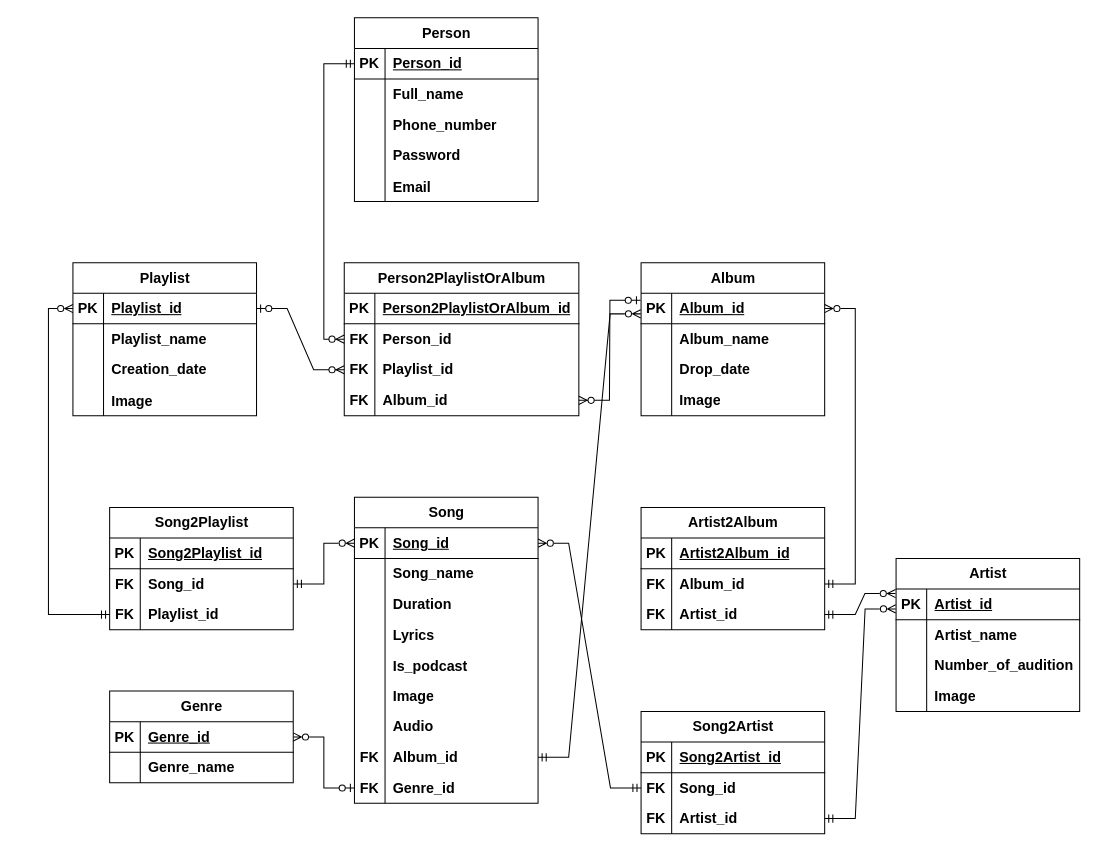
Earlier version of the draw.io diagram лм v2.0.drawio (marsek4/database). Source tidied: cells renumbered, new cells numbered last; positions are measured from the earlier drawing's top-left corner, leaving out a move shared by most shapes. Both pictures are drawn from the tidied source at 102%, with x=0, y=0 at pixel (48, 17).
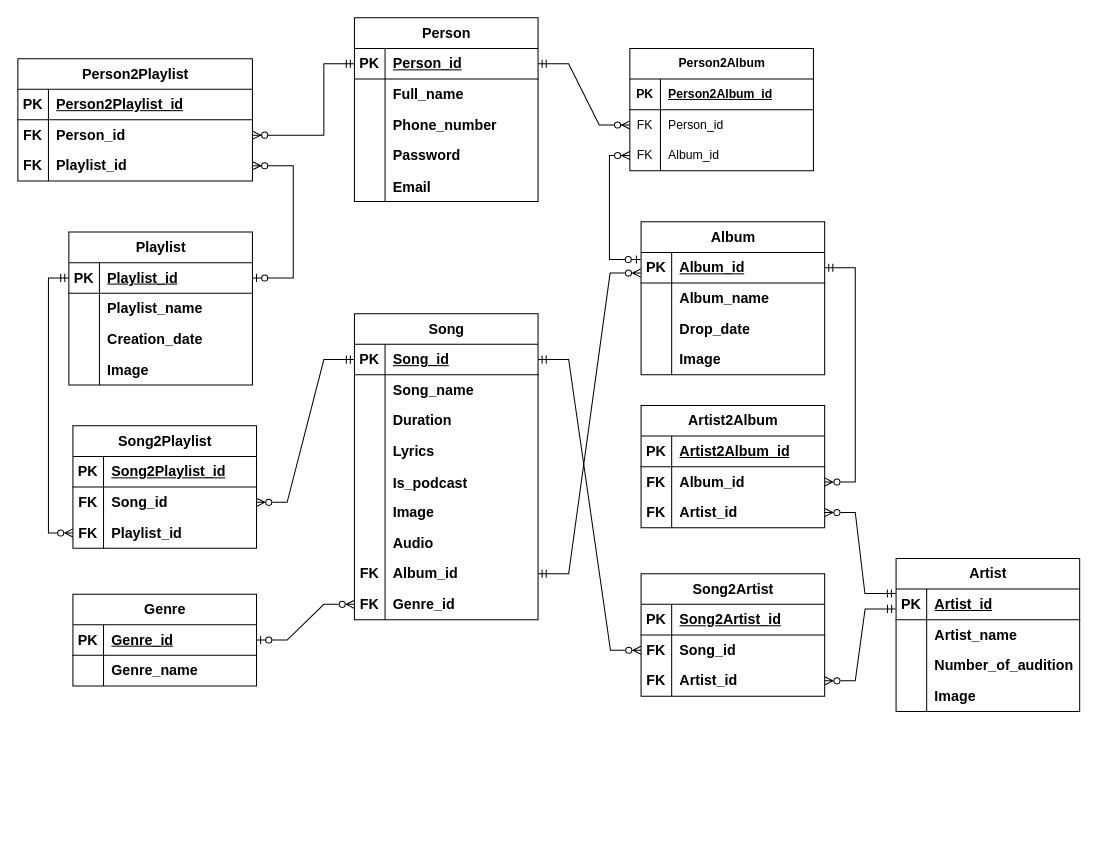
After the change.

Unchanged cells that the change refers to:
```xml
<mxCell id="3" style="shape=tableRow;horizontal=0;startSize=0;swimlaneHead=0;swimlaneBody=0;fillColor=none;points=[[0,0.5],[1,0.5]];portConstraint=eastwest;top=0;left=0;right=0;bottom=1;fontStyle=1;fontSize=14;" parent="2" vertex="1">
  <mxGeometry y="30" width="180" height="30" as="geometry" />
</mxCell>
<mxCell id="19" style="shape=tableRow;horizontal=0;startSize=0;swimlaneHead=0;swimlaneBody=0;fillColor=none;points=[[0,0.5],[1,0.5]];portConstraint=eastwest;top=0;left=0;right=0;bottom=1;fontStyle=1;fontSize=14;" parent="18" vertex="1">
  <mxGeometry y="30" width="180" height="30" as="geometry" />
</mxCell>
<mxCell id="32" style="shape=tableRow;horizontal=0;startSize=0;swimlaneHead=0;swimlaneBody=0;fillColor=none;points=[[0,0.5],[1,0.5]];portConstraint=eastwest;top=0;left=0;right=0;bottom=1;fontStyle=1;fontSize=14;" parent="31" vertex="1">
  <mxGeometry y="30" width="180" height="30" as="geometry" />
</mxCell>
<mxCell id="45" style="shape=tableRow;horizontal=0;startSize=0;swimlaneHead=0;swimlaneBody=0;fillColor=none;points=[[0,0.5],[1,0.5]];portConstraint=eastwest;top=0;left=0;right=0;bottom=1;fontStyle=1;fontSize=14;" parent="44" vertex="1">
  <mxGeometry y="30" width="180" height="30" as="geometry" />
</mxCell>
<mxCell id="52" style="shape=tableRow;horizontal=0;startSize=0;swimlaneHead=0;swimlaneBody=0;fillColor=none;points=[[0,0.5],[1,0.5]];portConstraint=eastwest;top=0;left=0;right=0;bottom=1;fontStyle=1;fontSize=14;" parent="51" vertex="1">
  <mxGeometry y="30" width="180" height="30" as="geometry" />
</mxCell>
<mxCell id="68" style="shape=tableRow;horizontal=0;startSize=0;swimlaneHead=0;swimlaneBody=0;fillColor=none;points=[[0,0.5],[1,0.5]];portConstraint=eastwest;top=0;left=0;right=0;bottom=0;fontStyle=1;fontSize=14;" parent="64" vertex="1">
  <mxGeometry y="60" width="180" height="30" as="geometry" />
</mxCell>
<mxCell id="71" style="shape=tableRow;horizontal=0;startSize=0;swimlaneHead=0;swimlaneBody=0;fillColor=none;points=[[0,0.5],[1,0.5]];portConstraint=eastwest;top=0;left=0;right=0;bottom=0;fontStyle=1;fontSize=14;" parent="64" vertex="1">
  <mxGeometry y="90" width="180" height="30" as="geometry" />
</mxCell>
<mxCell id="78" style="shape=tableRow;horizontal=0;startSize=0;swimlaneHead=0;swimlaneBody=0;fillColor=none;points=[[0,0.5],[1,0.5]];portConstraint=eastwest;top=0;left=0;right=0;bottom=0;fontStyle=1;fontSize=14;" parent="74" vertex="1">
  <mxGeometry y="60" width="180" height="30" as="geometry" />
</mxCell>
<mxCell id="81" style="shape=tableRow;horizontal=0;startSize=0;swimlaneHead=0;swimlaneBody=0;fillColor=none;points=[[0,0.5],[1,0.5]];portConstraint=eastwest;top=0;left=0;right=0;bottom=0;fontStyle=1;fontSize=14;" parent="74" vertex="1">
  <mxGeometry y="90" width="180" height="30" as="geometry" />
</mxCell>
<mxCell id="85" style="shape=tableRow;horizontal=0;startSize=0;swimlaneHead=0;swimlaneBody=0;fillColor=none;points=[[0,0.5],[1,0.5]];portConstraint=eastwest;top=0;left=0;right=0;bottom=1;fontStyle=1;fontSize=14;" parent="84" vertex="1">
  <mxGeometry y="30" width="180" height="30" as="geometry" />
</mxCell>
<mxCell id="106" style="shape=tableRow;horizontal=0;startSize=0;swimlaneHead=0;swimlaneBody=0;fillColor=none;points=[[0,0.5],[1,0.5]];portConstraint=eastwest;top=0;left=0;right=0;bottom=0;fontStyle=1;fontSize=14;" parent="84" vertex="1">
  <mxGeometry y="240" width="180" height="30" as="geometry" />
</mxCell>
<mxCell id="109" style="shape=tableRow;horizontal=0;startSize=0;swimlaneHead=0;swimlaneBody=0;fillColor=none;points=[[0,0.5],[1,0.5]];portConstraint=eastwest;top=0;left=0;right=0;bottom=0;fontStyle=1;fontSize=14;" parent="84" vertex="1">
  <mxGeometry y="270" width="180" height="30" as="geometry" />
</mxCell>
<mxCell id="113" style="shape=tableRow;horizontal=0;startSize=0;swimlaneHead=0;swimlaneBody=0;fillColor=none;top=0;left=0;right=0;bottom=1;fontStyle=1;fontSize=14;" parent="112" vertex="1">
  <mxGeometry y="30" width="230" height="30" as="geometry" />
</mxCell>
<mxCell id="116" style="shape=tableRow;horizontal=0;startSize=0;swimlaneHead=0;swimlaneBody=0;fillColor=none;points=[[0,0.5],[1,0.5]];portConstraint=eastwest;top=0;left=0;right=0;bottom=0;fontStyle=1;fontSize=14;" parent="112" vertex="1">
  <mxGeometry y="60" width="230" height="30" as="geometry" />
</mxCell>
<mxCell id="119" style="shape=tableRow;horizontal=0;startSize=0;swimlaneHead=0;swimlaneBody=0;fillColor=none;points=[[0,0.5],[1,0.5]];portConstraint=eastwest;top=0;left=0;right=0;bottom=0;fontStyle=1;fontSize=14;" parent="112" vertex="1">
  <mxGeometry y="90" width="230" height="30" as="geometry" />
</mxCell>
<mxCell id="132" style="shape=tableRow;horizontal=0;startSize=0;swimlaneHead=0;swimlaneBody=0;fillColor=none;points=[[0,0.5],[1,0.5]];portConstraint=eastwest;top=0;left=0;right=0;bottom=0;fontStyle=1;fontSize=14;" parent="128" vertex="1">
  <mxGeometry y="60" width="180" height="30" as="geometry" />
</mxCell>
<mxCell id="135" style="shape=tableRow;horizontal=0;startSize=0;swimlaneHead=0;swimlaneBody=0;fillColor=none;points=[[0,0.5],[1,0.5]];portConstraint=eastwest;top=0;left=0;right=0;bottom=0;fontStyle=1;fontSize=14;" parent="128" vertex="1">
  <mxGeometry y="90" width="180" height="30" as="geometry" />
</mxCell>
<mxCell id="146" style="shape=tableRow;horizontal=0;startSize=0;swimlaneHead=0;swimlaneBody=0;fillColor=none;points=[[0,0.5],[1,0.5]];portConstraint=eastwest;top=0;left=0;right=0;bottom=0;fontStyle=1;fontSize=14;" parent="1" vertex="1">
  <mxGeometry x="300" y="710" width="180" height="30" as="geometry" />
</mxCell>
```

The edit, as a diff of the source:
```diff
@@
     <mxCell id="18" value="Album" style="shape=table;startSize=30;childLayout=tableLayout;rowLines=0;fontStyle=1;align=center;html=1;fontSize=14;" parent="1" vertex="1">
-      <mxGeometry x="581" y="240" width="180" height="150" as="geometry" />
+      <mxGeometry x="581" y="200" width="180" height="150" as="geometry" />
     </mxCell>
@@
     <mxCell id="31" value="Playlist" style="shape=table;startSize=30;childLayout=tableLayout;rowLines=0;fontStyle=1;align=center;html=1;fontSize=14;" parent="1" vertex="1">
-      <mxGeometry x="24" y="240" width="180" height="150" as="geometry" />
+      <mxGeometry x="20" y="210" width="180" height="150" as="geometry" />
     </mxCell>
@@
     <mxCell id="44" value="Genre" style="shape=table;startSize=30;childLayout=tableLayout;rowLines=0;fontStyle=1;align=center;html=1;fontSize=14;" parent="1" vertex="1">
-      <mxGeometry x="60" y="660" width="180" height="90" as="geometry" />
+      <mxGeometry x="24" y="565" width="180" height="90" as="geometry" />
     </mxCell>
@@
     <mxCell id="64" value="Song2Playlist" style="shape=table;startSize=30;childLayout=tableLayout;rowLines=0;fontStyle=1;align=center;html=1;fontSize=14;" parent="1" vertex="1">
-      <mxGeometry x="60" y="480" width="180" height="120" as="geometry" />
+      <mxGeometry x="24" y="400" width="180" height="120" as="geometry" />
     </mxCell>
@@
     <mxCell id="74" value="Song2Artist" style="shape=table;startSize=30;childLayout=tableLayout;rowLines=0;fontStyle=1;align=center;html=1;fontSize=14;" parent="1" vertex="1">
-      <mxGeometry x="581" y="680" width="180" height="120" as="geometry" />
+      <mxGeometry x="581" y="545" width="180" height="120" as="geometry" />
     </mxCell>
@@
     <mxCell id="84" value="Song" style="shape=table;startSize=30;childLayout=tableLayout;rowLines=0;fontStyle=1;align=center;html=1;fontSize=14;" parent="1" vertex="1">
-      <mxGeometry x="300" y="470" width="180" height="300" as="geometry" />
+      <mxGeometry x="300" y="290" width="180" height="300" as="geometry" />
     </mxCell>
@@
-    <mxCell id="112" value="Person2PlaylistOrAlbum" style="shape=table;startSize=30;childLayout=tableLayout;rowLines=0;fontStyle=1;align=center;html=1;fontSize=14;" parent="1" vertex="1">
-      <mxGeometry x="290" y="240" width="230" height="150" as="geometry" />
+    <mxCell id="112" value="Person2Playlist" style="shape=table;startSize=30;childLayout=tableLayout;rowLines=0;fontStyle=1;align=center;html=1;fontSize=14;" parent="1" vertex="1">
+      <mxGeometry x="-30" y="40" width="230" height="120" as="geometry" />
     </mxCell>
@@
-    <mxCell id="115" value="Person2PlaylistOrAlbum_id" style="shape=partialRectangle;fillColor=none;top=0;left=0;bottom=0;right=0;align=left;spacingLeft=6;fontStyle=5;overflow=hidden;whiteSpace=wrap;html=1;fontSize=14;" parent="113" vertex="1">
+    <mxCell id="115" value="Person2Playlist_id" style="shape=partialRectangle;fillColor=none;top=0;left=0;bottom=0;right=0;align=left;spacingLeft=6;fontStyle=5;overflow=hidden;whiteSpace=wrap;html=1;fontSize=14;" parent="113" vertex="1">
       <mxGeometry x="30" width="200" height="30" as="geometry" />
     </mxCell>
@@
-    <mxCell id="122" style="shape=tableRow;horizontal=0;startSize=0;swimlaneHead=0;swimlaneBody=0;fillColor=none;points=[[0,0.5],[1,0.5]];portConstraint=eastwest;top=0;left=0;right=0;bottom=0;fontStyle=1;fontSize=14;" parent="112" vertex="1">
-      <mxGeometry y="120" width="230" height="30" as="geometry" />
-    </mxCell>
-    <mxCell id="123" value="FK" style="shape=partialRectangle;fillColor=none;top=0;left=0;bottom=0;right=0;fontStyle=1;overflow=hidden;whiteSpace=wrap;html=1;fontSize=14;" parent="122" vertex="1">
-      <mxGeometry width="30" height="30" as="geometry" />
-    </mxCell>
-    <mxCell id="124" value="Album_id" style="shape=partialRectangle;fillColor=none;top=0;left=0;bottom=0;right=0;align=left;spacingLeft=6;fontStyle=1;overflow=hidden;whiteSpace=wrap;html=1;fontSize=14;" parent="122" vertex="1">
-      <mxGeometry x="30" width="200" height="30" as="geometry" />
-    </mxCell>
-    <mxCell id="125" style="edgeStyle=orthogonalEdgeStyle;fontSize=14;html=1;endArrow=ERzeroToMany;startArrow=ERmandOne;rounded=0;entryX=0;entryY=0.5;entryDx=0;entryDy=0;jumpStyle=none;exitX=0;exitY=0.5;exitDx=0;exitDy=0;fontStyle=1;" parent="1" edge="1" source="3" target="116">
+    <mxCell id="125" style="edgeStyle=orthogonalEdgeStyle;fontSize=14;html=1;endArrow=ERzeroToMany;startArrow=ERmandOne;rounded=0;entryX=1;entryY=0.5;entryDx=0;entryDy=0;jumpStyle=none;exitX=0;exitY=0.5;exitDx=0;exitDy=0;fontStyle=1;" parent="1" edge="1" source="3" target="116">
       <mxGeometry relative="1" as="geometry">
         <Array as="points">
           <mxPoint x="270" y="45" />
-          <mxPoint x="270" y="315" />
+          <mxPoint x="270" y="115" />
         </Array>
       </mxGeometry>
     </mxCell>
-    <mxCell id="126" style="edgeStyle=entityRelationEdgeStyle;fontSize=14;html=1;endArrow=ERzeroToMany;startArrow=ERzeroToOne;rounded=0;exitX=1;exitY=0.5;exitDx=0;exitDy=0;entryX=0;entryY=0.5;entryDx=0;entryDy=0;fontStyle=1;" parent="1" edge="1" source="32" target="119">
-      <mxGeometry relative="1" as="geometry" />
+    <mxCell id="126" style="edgeStyle=elbowEdgeStyle;fontSize=14;html=1;endArrow=ERzeroToMany;startArrow=ERzeroToOne;rounded=0;exitX=1;exitY=0.5;exitDx=0;exitDy=0;entryX=1;entryY=0.5;entryDx=0;entryDy=0;fontStyle=1;" parent="1" edge="1" source="32" target="119">
+      <mxGeometry relative="1" as="geometry">
+        <Array as="points">
+          <mxPoint x="240" y="210" />
+        </Array>
+      </mxGeometry>
     </mxCell>
-    <mxCell id="127" style="edgeStyle=entityRelationEdgeStyle;fontSize=14;html=1;endArrow=ERzeroToMany;startArrow=ERzeroToOne;rounded=0;exitX=-0.003;exitY=0.23;exitDx=0;exitDy=0;entryX=1;entryY=0.5;entryDx=0;entryDy=0;exitPerimeter=0;fontStyle=1;" parent="1" edge="1" source="19" target="122">
+    <mxCell id="127" style="edgeStyle=elbowEdgeStyle;fontSize=14;html=1;endArrow=ERzeroToMany;startArrow=ERzeroToOne;rounded=0;exitX=-0.003;exitY=0.23;exitDx=0;exitDy=0;entryX=0;entryY=0.5;entryDx=0;entryDy=0;exitPerimeter=0;fontStyle=1;" parent="1" edge="1" source="19" target="155">
       <mxGeometry relative="1" as="geometry">
         <Array as="points">
-          <mxPoint x="530" y="330" />
+          <mxPoint x="550" y="210" />
         </Array>
       </mxGeometry>
     </mxCell>
     <mxCell id="128" value="Artist2Album" style="shape=table;startSize=30;childLayout=tableLayout;rowLines=0;fontStyle=1;align=center;html=1;fontSize=14;" parent="1" vertex="1">
-      <mxGeometry x="581" y="480" width="180" height="120" as="geometry" />
+      <mxGeometry x="581" y="380" width="180" height="120" as="geometry" />
     </mxCell>
@@
-    <mxCell id="138" style="edgeStyle=entityRelationEdgeStyle;fontSize=14;html=1;endArrow=ERzeroToMany;startArrow=ERmandOne;rounded=0;entryX=-0.003;entryY=0.146;entryDx=0;entryDy=0;endFill=0;exitX=1;exitY=0.5;exitDx=0;exitDy=0;entryPerimeter=0;fontStyle=1;" parent="1" edge="1" source="135" target="52">
+    <mxCell id="138" style="edgeStyle=entityRelationEdgeStyle;fontSize=14;html=1;endArrow=ERmandOne;startArrow=ERzeroToMany;rounded=0;entryX=-0.003;entryY=0.146;entryDx=0;entryDy=0;endFill=0;exitX=1;exitY=0.5;exitDx=0;exitDy=0;entryPerimeter=0;fontStyle=1;startFill=0;" parent="1" edge="1" source="135" target="52">
       <mxGeometry relative="1" as="geometry" />
     </mxCell>
-    <mxCell id="139" style="edgeStyle=entityRelationEdgeStyle;fontSize=14;html=1;endArrow=ERzeroToMany;startArrow=ERmandOne;rounded=0;entryX=1;entryY=0.5;entryDx=0;entryDy=0;endFill=0;exitX=1;exitY=0.5;exitDx=0;exitDy=0;fontStyle=1;" parent="1" edge="1" source="132" target="19">
+    <mxCell id="139" style="edgeStyle=entityRelationEdgeStyle;fontSize=14;html=1;endArrow=ERmandOne;startArrow=ERzeroToMany;rounded=0;entryX=1;entryY=0.5;entryDx=0;entryDy=0;endFill=0;exitX=1;exitY=0.5;exitDx=0;exitDy=0;fontStyle=1;startFill=0;" parent="1" edge="1" source="132" target="19">
       <mxGeometry relative="1" as="geometry">
         <Array as="points">
           <mxPoint x="781" y="420" />
           <mxPoint x="781" y="420" />
         </Array>
       </mxGeometry>
     </mxCell>
-    <mxCell id="140" style="edgeStyle=entityRelationEdgeStyle;fontSize=14;html=1;endArrow=ERzeroToMany;startArrow=ERmandOne;rounded=0;endFill=0;exitX=1;exitY=0.5;exitDx=0;exitDy=0;entryX=-0.002;entryY=0.674;entryDx=0;entryDy=0;entryPerimeter=0;fontStyle=1;" parent="1" edge="1" source="146" target="19">
+    <mxCell id="140" style="edgeStyle=entityRelationEdgeStyle;fontSize=14;html=1;endArrow=ERzeroToMany;startArrow=ERmandOne;rounded=0;endFill=0;exitX=1;exitY=0.5;exitDx=0;exitDy=0;entryX=-0.002;entryY=0.674;entryDx=0;entryDy=0;entryPerimeter=0;fontStyle=1;" parent="1" edge="1" source="106" target="19">
       <mxGeometry relative="1" as="geometry">
         <Array as="points">
           <mxPoint x="786" y="430" />
           <mxPoint x="786" y="430" />
         </Array>
       </mxGeometry>
     </mxCell>
-    <mxCell id="141" style="edgeStyle=entityRelationEdgeStyle;fontSize=14;html=1;endArrow=ERzeroToMany;startArrow=ERmandOne;rounded=0;entryX=1;entryY=0.5;entryDx=0;entryDy=0;endFill=0;exitX=0;exitY=0.5;exitDx=0;exitDy=0;fontStyle=1;" parent="1" edge="1" source="78" target="85">
+    <mxCell id="141" style="edgeStyle=entityRelationEdgeStyle;fontSize=14;html=1;endArrow=ERmandOne;startArrow=ERzeroToMany;rounded=0;entryX=1;entryY=0.5;entryDx=0;entryDy=0;endFill=0;exitX=0;exitY=0.5;exitDx=0;exitDy=0;fontStyle=1;startFill=0;" parent="1" edge="1" source="78" target="85">
       <mxGeometry relative="1" as="geometry" />
     </mxCell>
-    <mxCell id="142" style="edgeStyle=entityRelationEdgeStyle;fontSize=14;html=1;endArrow=ERzeroToMany;startArrow=ERmandOne;rounded=0;endFill=0;exitX=1;exitY=0.5;exitDx=0;exitDy=0;entryX=-0.002;entryY=0.649;entryDx=0;entryDy=0;entryPerimeter=0;fontStyle=1;" parent="1" edge="1" source="81" target="52">
+    <mxCell id="142" style="edgeStyle=entityRelationEdgeStyle;fontSize=14;html=1;endArrow=ERmandOne;startArrow=ERzeroToMany;rounded=0;endFill=0;exitX=1;exitY=0.5;exitDx=0;exitDy=0;entryX=-0.002;entryY=0.649;entryDx=0;entryDy=0;entryPerimeter=0;fontStyle=1;startFill=0;" parent="1" edge="1" source="81" target="52">
       <mxGeometry relative="1" as="geometry" />
     </mxCell>
-    <mxCell id="143" style="edgeStyle=entityRelationEdgeStyle;fontSize=14;html=1;endArrow=ERzeroToMany;startArrow=ERmandOne;rounded=0;entryX=0;entryY=0.5;entryDx=0;entryDy=0;endFill=0;exitX=1;exitY=0.5;exitDx=0;exitDy=0;fontStyle=1;" parent="1" edge="1" source="68" target="85">
+    <mxCell id="143" style="edgeStyle=entityRelationEdgeStyle;fontSize=14;html=1;endArrow=ERmandOne;startArrow=ERzeroToMany;rounded=0;entryX=0;entryY=0.5;entryDx=0;entryDy=0;endFill=0;exitX=1;exitY=0.5;exitDx=0;exitDy=0;fontStyle=1;startFill=0;" parent="1" edge="1" source="68" target="85">
       <mxGeometry relative="1" as="geometry" />
     </mxCell>
-    <mxCell id="144" style="edgeStyle=elbowEdgeStyle;fontSize=14;html=1;endArrow=ERzeroToMany;startArrow=ERmandOne;rounded=0;entryX=0;entryY=0.5;entryDx=0;entryDy=0;endFill=0;exitX=0;exitY=0.5;exitDx=0;exitDy=0;fontStyle=1;" parent="1" edge="1" source="71" target="32">
+    <mxCell id="144" style="edgeStyle=elbowEdgeStyle;fontSize=14;html=1;endArrow=ERmandOne;startArrow=ERzeroToMany;rounded=0;entryX=0;entryY=0.5;entryDx=0;entryDy=0;endFill=0;exitX=0;exitY=0.5;exitDx=0;exitDy=0;fontStyle=1;startFill=0;" parent="1" edge="1" source="71" target="32">
       <mxGeometry relative="1" as="geometry">
         <Array as="points">
           <mxPoint y="430" />
         </Array>
       </mxGeometry>
     </mxCell>
-    <mxCell id="145" style="edgeStyle=entityRelationEdgeStyle;fontSize=14;html=1;endArrow=ERzeroToMany;startArrow=ERzeroToOne;rounded=0;exitX=0;exitY=0.5;exitDx=0;exitDy=0;entryX=1;entryY=0.5;entryDx=0;entryDy=0;endFill=0;fontStyle=1;" parent="1" edge="1" source="109" target="45">
+    <mxCell id="145" style="edgeStyle=entityRelationEdgeStyle;fontSize=14;html=1;endArrow=ERzeroToMany;startArrow=ERzeroToOne;rounded=0;exitX=1;exitY=0.5;exitDx=0;exitDy=0;endFill=0;fontStyle=1;entryX=0;entryY=0.5;entryDx=0;entryDy=0;" parent="1" edge="1" source="45" target="109">
       <mxGeometry relative="1" as="geometry" />
     </mxCell>
@@
+    <mxCell id="148" value="Person2Album" style="shape=table;startSize=30;childLayout=tableLayout;rowLines=0;fontStyle=1;align=center;html=1;" parent="1" vertex="1">
+      <mxGeometry x="570" y="30" width="180" height="120" as="geometry" />
+    </mxCell>
+    <mxCell id="149" style="shape=tableRow;horizontal=0;startSize=0;swimlaneHead=0;swimlaneBody=0;fillColor=none;top=0;left=0;right=0;bottom=1;" parent="148" vertex="1">
+      <mxGeometry y="30" width="180" height="30" as="geometry" />
+    </mxCell>
+    <mxCell id="150" value="PK" style="shape=partialRectangle;fillColor=none;top=0;left=0;bottom=0;right=0;fontStyle=1;overflow=hidden;whiteSpace=wrap;html=1;" parent="149" vertex="1">
+      <mxGeometry width="30" height="30" as="geometry" />
+    </mxCell>
+    <mxCell id="151" value="Person2Album_id" style="shape=partialRectangle;fillColor=none;top=0;left=0;bottom=0;right=0;align=left;spacingLeft=6;fontStyle=5;overflow=hidden;whiteSpace=wrap;html=1;" parent="149" vertex="1">
+      <mxGeometry x="30" width="150" height="30" as="geometry" />
+    </mxCell>
+    <mxCell id="152" style="shape=tableRow;horizontal=0;startSize=0;swimlaneHead=0;swimlaneBody=0;fillColor=none;points=[[0,0.5],[1,0.5]];portConstraint=eastwest;top=0;left=0;right=0;bottom=0;" parent="148" vertex="1">
+      <mxGeometry y="60" width="180" height="30" as="geometry" />
+    </mxCell>
+    <mxCell id="153" value="FK" style="shape=partialRectangle;fillColor=none;top=0;left=0;bottom=0;right=0;fontStyle=0;overflow=hidden;whiteSpace=wrap;html=1;" parent="152" vertex="1">
+      <mxGeometry width="30" height="30" as="geometry" />
+    </mxCell>
+    <mxCell id="154" value="Person_id" style="shape=partialRectangle;fillColor=none;top=0;left=0;bottom=0;right=0;align=left;spacingLeft=6;fontStyle=0;overflow=hidden;whiteSpace=wrap;html=1;" parent="152" vertex="1">
+      <mxGeometry x="30" width="150" height="30" as="geometry" />
+    </mxCell>
+    <mxCell id="155" style="shape=tableRow;horizontal=0;startSize=0;swimlaneHead=0;swimlaneBody=0;fillColor=none;points=[[0,0.5],[1,0.5]];portConstraint=eastwest;top=0;left=0;right=0;bottom=0;" parent="148" vertex="1">
+      <mxGeometry y="90" width="180" height="30" as="geometry" />
+    </mxCell>
+    <mxCell id="156" value="FK" style="shape=partialRectangle;fillColor=none;top=0;left=0;bottom=0;right=0;fontStyle=0;overflow=hidden;whiteSpace=wrap;html=1;" parent="155" vertex="1">
+      <mxGeometry width="30" height="30" as="geometry" />
+    </mxCell>
+    <mxCell id="124" value="Album_id" style="shape=partialRectangle;fillColor=none;top=0;left=0;bottom=0;right=0;align=left;spacingLeft=6;fontStyle=0;overflow=hidden;whiteSpace=wrap;html=1;" parent="155" vertex="1">
+      <mxGeometry x="30" width="150" height="30" as="geometry" />
+    </mxCell>
+    <mxCell id="157" style="edgeStyle=entityRelationEdgeStyle;fontSize=12;html=1;endArrow=ERzeroToMany;startArrow=ERmandOne;rounded=0;entryX=0;entryY=0.5;entryDx=0;entryDy=0;exitX=1;exitY=0.5;exitDx=0;exitDy=0;" parent="1" edge="1" source="3" target="152">
+      <mxGeometry relative="1" as="geometry" />
+    </mxCell>
```
